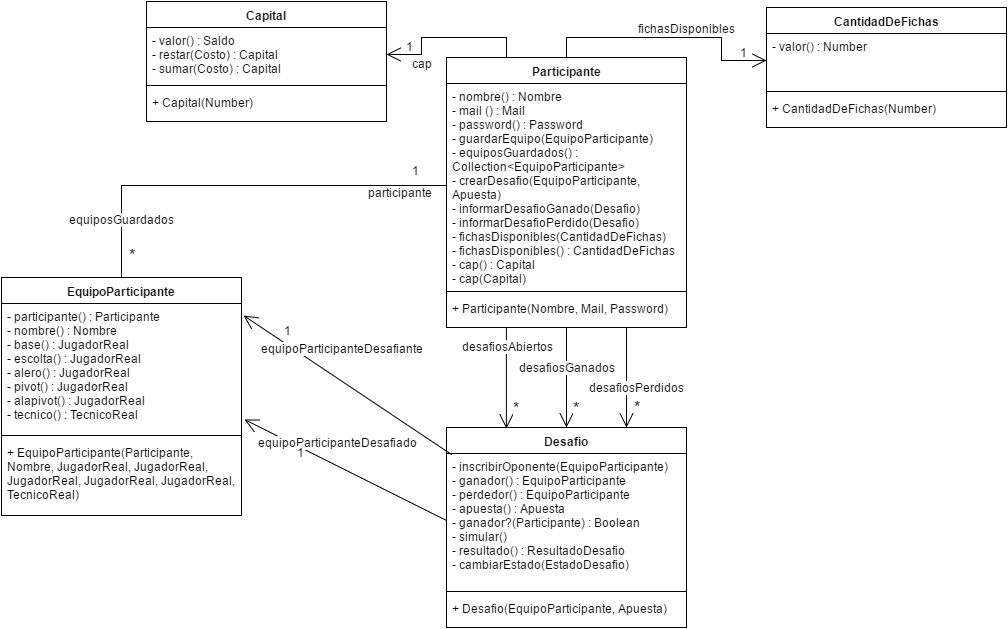
The draw.io diagram informe/imagenes/clases-participante.png in turtle-lea/ing2-tp, before a commit. Source tidied: cells renumbered, new cells last; positions are measured from the earlier drawing's top-left corner, leaving out a move shared by most shapes.
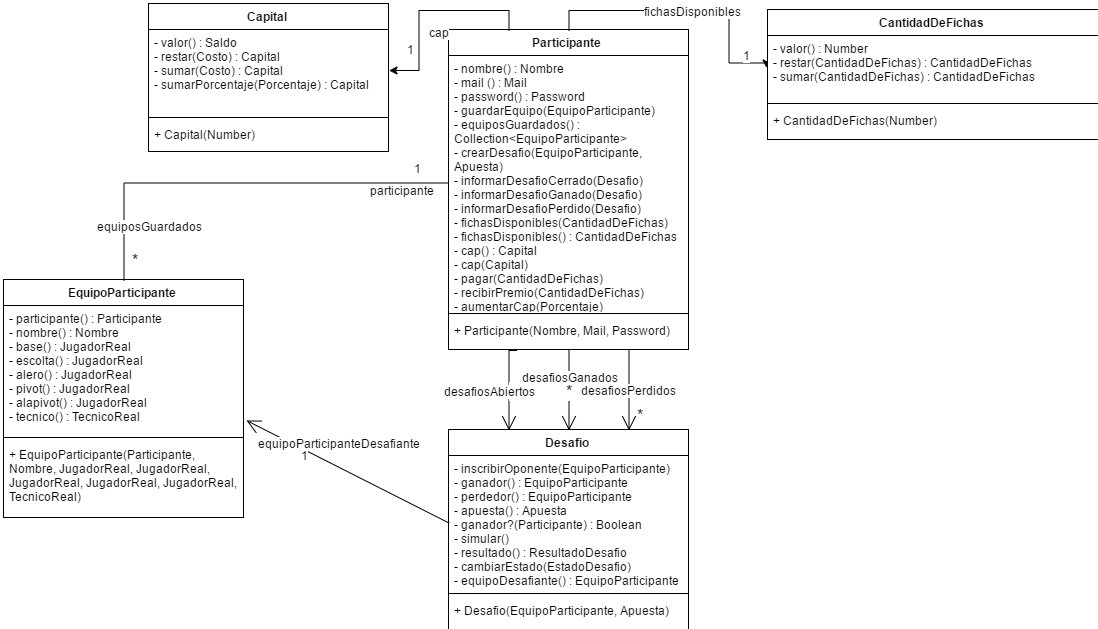
Later version of the same file.

Change to the diagram source:
```diff
@@ -5,36 +5,30 @@
     <mxCell id="2" value="Participante" style="swimlane;html=1;fontStyle=1;align=center;verticalAlign=top;horizontal=1;startSize=26;swimlaneFillColor=#ffffff;" parent="1" vertex="1">
-      <mxGeometry x="445" y="56" width="240" height="270" as="geometry" />
+      <mxGeometry x="445" y="26" width="240" height="320" as="geometry" />
     </mxCell>
-    <mxCell id="3" value="&lt;div&gt;- nombre() : Nombre&lt;/div&gt;&lt;div&gt;- mail () : Mail&lt;/div&gt;&lt;div&gt;- password() : Password&lt;/div&gt;&lt;div&gt;- guardarEquipo(EquipoParticipante)&lt;/div&gt;&lt;div&gt;- equiposGuardados() : Collection&amp;lt;EquipoParticipante&amp;gt;&lt;/div&gt;&lt;div&gt;- crearDesafio(EquipoParticipante, Apuesta)&lt;/div&gt;&lt;div&gt;- informarDesafioGanado(Desafio)&lt;/div&gt;&lt;div&gt;- informarDesafioPerdido(Desafio)&lt;/div&gt;&lt;div&gt;- fichasDisponibles(CantidadDeFichas)&lt;/div&gt;&lt;div&gt;- fichasDisponibles() : CantidadDeFichas&lt;/div&gt;&lt;div&gt;- cap() : Capital&lt;/div&gt;&lt;div&gt;- cap(Capital)&lt;/div&gt;" style="text;html=1;strokeColor=none;fillColor=none;align=left;verticalAlign=top;spacingLeft=4;spacingRight=4;whiteSpace=wrap;overflow=hidden;points=[[0,0.5],[1,0.5]];portConstraint=eastwest;" parent="2" vertex="1">
-      <mxGeometry y="26" width="240" height="204" as="geometry" />
-    </mxCell>
-    <mxCell id="4" style="line;html=1;strokeWidth=1;fillColor=none;align=left;verticalAlign=middle;spacingTop=-1;spacingLeft=3;spacingRight=3;labelPosition=right;" parent="2" vertex="1">
-      <mxGeometry y="230" width="240" height="8" as="geometry" />
-    </mxCell>
+    <mxCell id="45" value="&lt;div&gt;- nombre() : Nombre&lt;/div&gt;&lt;div&gt;- mail () : Mail&lt;/div&gt;&lt;div&gt;- password() : Password&lt;/div&gt;&lt;div&gt;- guardarEquipo(EquipoParticipante)&lt;/div&gt;&lt;div&gt;- equiposGuardados() : Collection&amp;lt;EquipoParticipante&amp;gt;&lt;/div&gt;&lt;div&gt;- crearDesafio(EquipoParticipante, Apuesta)&lt;/div&gt;&lt;div&gt;- informarDesafioCerrado(Desafio)&lt;/div&gt;&lt;div&gt;- informarDesafioGanado(Desafio)&lt;/div&gt;&lt;div&gt;- informarDesafioPerdido(Desafio)&lt;/div&gt;&lt;div&gt;- fichasDisponibles(CantidadDeFichas)&lt;/div&gt;&lt;div&gt;- fichasDisponibles() : CantidadDeFichas&lt;/div&gt;&lt;div&gt;- cap() : Capital&lt;/div&gt;&lt;div&gt;- cap(Capital)&lt;/div&gt;&lt;div&gt;- pagar(CantidadDeFichas)&lt;/div&gt;&lt;div&gt;- recibirPremio(CantidadDeFichas)&lt;/div&gt;&lt;div&gt;- aumentarCap(Porcentaje)&lt;/div&gt;" style="text;html=1;strokeColor=none;fillColor=none;align=left;verticalAlign=top;spacingLeft=4;spacingRight=4;whiteSpace=wrap;overflow=hidden;points=[[0,0.5],[1,0.5]];portConstraint=eastwest;" parent="2" vertex="1">
+      <mxGeometry y="26" width="240" height="254" as="geometry" />
+    </mxCell>
+    <mxCell id="46" style="line;html=1;strokeWidth=1;fillColor=none;align=left;verticalAlign=middle;spacingTop=-1;spacingLeft=3;spacingRight=3;labelPosition=right;" parent="2" vertex="1">
+      <mxGeometry y="280" width="240" height="8" as="geometry" />
+    </mxCell>
     <mxCell id="5" value="+ Participante(Nombre, Mail, Password)" style="text;html=1;strokeColor=none;fillColor=none;align=left;verticalAlign=top;spacingLeft=4;spacingRight=4;whiteSpace=wrap;overflow=hidden;points=[[0,0.5],[1,0.5]];portConstraint=eastwest;" parent="2" vertex="1">
-      <mxGeometry y="238" width="240" height="22" as="geometry" />
+      <mxGeometry y="288" width="240" height="32" as="geometry" />
     </mxCell>
-    <mxCell id="6" value="CantidadDeFichas" style="swimlane;html=1;fontStyle=1;align=center;verticalAlign=top;horizontal=1;startSize=26;swimlaneFillColor=#ffffff;" parent="1" vertex="1">
-      <mxGeometry x="765" y="6" width="240" height="120" as="geometry" />
-    </mxCell>
-    <mxCell id="7" value="&lt;div&gt;- valor() : Number&lt;/div&gt;" style="text;html=1;strokeColor=none;fillColor=none;align=left;verticalAlign=top;spacingLeft=4;spacingRight=4;whiteSpace=wrap;overflow=hidden;points=[[0,0.5],[1,0.5]];portConstraint=eastwest;" parent="6" vertex="1">
-      <mxGeometry y="26" width="240" height="54" as="geometry" />
-    </mxCell>
-    <mxCell id="8" style="line;html=1;strokeWidth=1;fillColor=none;align=left;verticalAlign=middle;spacingTop=-1;spacingLeft=3;spacingRight=3;labelPosition=right;" parent="6" vertex="1">
-      <mxGeometry y="80" width="240" height="8" as="geometry" />
-    </mxCell>
-    <mxCell id="9" value="+ CantidadDeFichas(Number)" style="text;html=1;strokeColor=none;fillColor=none;align=left;verticalAlign=top;spacingLeft=4;spacingRight=4;whiteSpace=wrap;overflow=hidden;" parent="6" vertex="1">
-      <mxGeometry y="88" width="240" height="32" as="geometry" />
-    </mxCell>
-    <mxCell id="10" style="edgeStyle=orthogonalEdgeStyle;rounded=0;html=1;exitX=0.5;exitY=0;entryX=0;entryY=0.5;jettySize=auto;endArrow=open;endFill=0;endSize=12;" parent="1" edge="1" source="2" target="7">
-      <mxGeometry relative="1" as="geometry" />
-    </mxCell>
-    <mxCell id="11" value="1" style="text;html=1;align=center;verticalAlign=middle;labelBackgroundColor=#ffffff;" parent="10" vertex="1">
-      <mxGeometry x="0.79" y="-2" relative="1" as="geometry">
-        <mxPoint x="2" y="-11" as="offset" />
-      </mxGeometry>
-    </mxCell>
+    <mxCell id="47" style="edgeStyle=orthogonalEdgeStyle;rounded=0;html=1;exitX=0.5;exitY=0;entryX=0;entryY=0.5;jettySize=auto;" parent="1" edge="1" source="2" target="61">
+      <mxGeometry x="-479.5" y="-1149" as="geometry">
+        <Array as="points">
+          <mxPoint x="565" y="6" />
+          <mxPoint x="725" y="6" />
+          <mxPoint x="725" y="59" />
+        </Array>
+      </mxGeometry>
+    </mxCell>
+    <mxCell id="48" value="1" style="text;html=1;align=center;verticalAlign=middle;labelBackgroundColor=#ffffff;" parent="47" vertex="1">
+      <mxGeometry x="0.79" y="-2" relative="1" as="geometry">
+        <mxPoint x="2" y="-11" as="offset" />
+      </mxGeometry>
+    </mxCell>
-    <mxCell id="12" value="fichasDisponibles" style="text;html=1;align=center;verticalAlign=middle;labelBackgroundColor=#ffffff;" parent="10" vertex="1">
+    <mxCell id="12" value="fichasDisponibles" style="text;html=1;align=center;verticalAlign=middle;labelBackgroundColor=#ffffff;" parent="47" vertex="1">
       <mxGeometry x="0.82" y="-6" relative="1" as="geometry">
-        <mxPoint x="-58" y="-39" as="offset" />
+        <mxPoint x="-55" y="-59" as="offset" />
       </mxGeometry>
@@ -42,24 +36,24 @@
     <mxCell id="13" value="Capital" style="swimlane;html=1;fontStyle=1;align=center;verticalAlign=top;horizontal=1;startSize=26;swimlaneFillColor=#ffffff;" parent="1" vertex="1">
-      <mxGeometry x="145" width="240" height="120" as="geometry" />
+      <mxGeometry x="145" width="240" height="148" as="geometry" />
     </mxCell>
-    <mxCell id="14" value="&lt;div&gt;- valor() : Saldo&lt;/div&gt;&lt;div&gt;- restar(Costo) : Capital&lt;/div&gt;&lt;div&gt;- sumar(Costo) : Capital&lt;/div&gt;" style="text;html=1;strokeColor=none;fillColor=none;align=left;verticalAlign=top;spacingLeft=4;spacingRight=4;whiteSpace=wrap;overflow=hidden;points=[[0,0.5],[1,0.5]];portConstraint=eastwest;" parent="13" vertex="1">
-      <mxGeometry y="26" width="240" height="54" as="geometry" />
-    </mxCell>
-    <mxCell id="15" style="line;html=1;strokeWidth=1;fillColor=none;align=left;verticalAlign=middle;spacingTop=-1;spacingLeft=3;spacingRight=3;labelPosition=right;" parent="13" vertex="1">
-      <mxGeometry y="80" width="240" height="8" as="geometry" />
-    </mxCell>
+    <mxCell id="49" value="&lt;div&gt;- valor() : Saldo&lt;/div&gt;&lt;div&gt;- restar(Costo) : Capital&lt;/div&gt;&lt;div&gt;- sumar(Costo) : Capital&lt;/div&gt;&lt;div&gt;&lt;span&gt;- sumarPorcentaje(Porcentaje) : Capital&lt;/span&gt;&lt;br&gt;&lt;/div&gt;" style="text;html=1;strokeColor=none;fillColor=none;align=left;verticalAlign=top;spacingLeft=4;spacingRight=4;whiteSpace=wrap;overflow=hidden;points=[[0,0.5],[1,0.5]];portConstraint=eastwest;" parent="13" vertex="1">
+      <mxGeometry y="26" width="240" height="84" as="geometry" />
+    </mxCell>
+    <mxCell id="50" style="line;html=1;strokeWidth=1;fillColor=none;align=left;verticalAlign=middle;spacingTop=-1;spacingLeft=3;spacingRight=3;labelPosition=right;" parent="13" vertex="1">
+      <mxGeometry y="110" width="240" height="8" as="geometry" />
+    </mxCell>
     <mxCell id="16" value="+ Capital(Number)" style="text;html=1;strokeColor=none;fillColor=none;align=left;verticalAlign=top;spacingLeft=4;spacingRight=4;whiteSpace=wrap;overflow=hidden;" parent="13" vertex="1">
-      <mxGeometry y="88" width="240" height="32" as="geometry" />
+      <mxGeometry y="118" width="240" height="30" as="geometry" />
     </mxCell>
-    <mxCell id="17" style="edgeStyle=orthogonalEdgeStyle;rounded=0;html=1;exitX=0.25;exitY=0;entryX=1;entryY=0.5;jettySize=auto;endArrow=open;endFill=0;endSize=12;" parent="1" edge="1" source="2" target="14">
-      <mxGeometry relative="1" as="geometry" />
-    </mxCell>
-    <mxCell id="18" value="1" style="text;html=1;align=center;verticalAlign=middle;labelBackgroundColor=#ffffff;" parent="17" vertex="1">
-      <mxGeometry x="0.59" y="1" relative="1" as="geometry">
-        <mxPoint x="-10" y="-10" as="offset" />
-      </mxGeometry>
-    </mxCell>
+    <mxCell id="51" style="edgeStyle=orthogonalEdgeStyle;rounded=0;html=1;exitX=0.25;exitY=0;entryX=1;entryY=0.5;jettySize=auto;" parent="1" edge="1" source="2" target="49">
+      <mxGeometry x="-659.5" y="-1149" as="geometry" />
+    </mxCell>
+    <mxCell id="52" value="1" style="text;html=1;align=center;verticalAlign=middle;labelBackgroundColor=#ffffff;" parent="51" vertex="1">
+      <mxGeometry x="0.59" y="1" relative="1" as="geometry">
+        <mxPoint x="-10" y="-10" as="offset" />
+      </mxGeometry>
+    </mxCell>
-    <mxCell id="19" value="cap" style="text;html=1;align=center;verticalAlign=middle;labelBackgroundColor=#ffffff;" parent="17" vertex="1">
+    <mxCell id="19" value="cap" style="text;html=1;align=center;verticalAlign=middle;labelBackgroundColor=#ffffff;" parent="51" vertex="1">
       <mxGeometry x="0.48" y="5" relative="1" as="geometry">
-        <mxPoint x="-5" y="14" as="offset" />
+        <mxPoint x="14" y="-17" as="offset" />
       </mxGeometry>
@@ -69,5 +63,5 @@
     </mxCell>
-    <mxCell id="21" value="&lt;div&gt;- inscribirOponente(EquipoParticipante)&lt;/div&gt;&lt;div&gt;- ganador() : EquipoParticipante&lt;/div&gt;&lt;div&gt;- perdedor() : EquipoParticipante&lt;/div&gt;&lt;div&gt;- apuesta() : Apuesta&lt;/div&gt;&lt;div&gt;- ganador?(Participante) : Boolean&lt;/div&gt;&lt;div&gt;- simular()&lt;/div&gt;&lt;div&gt;- resultado() : ResultadoDesafio&lt;/div&gt;&lt;div&gt;- cambiarEstado(EstadoDesafio)&lt;/div&gt;" style="text;html=1;strokeColor=none;fillColor=none;align=left;verticalAlign=top;spacingLeft=4;spacingRight=4;whiteSpace=wrap;overflow=hidden;points=[[0,0.5],[1,0.5]];portConstraint=eastwest;" parent="20" vertex="1">
-      <mxGeometry y="26" width="240" height="134" as="geometry" />
-    </mxCell>
+    <mxCell id="53" value="&lt;div&gt;- inscribirOponente(EquipoParticipante)&lt;/div&gt;&lt;div&gt;- ganador() : EquipoParticipante&lt;/div&gt;&lt;div&gt;- perdedor() : EquipoParticipante&lt;/div&gt;&lt;div&gt;- apuesta() : Apuesta&lt;/div&gt;&lt;div&gt;- ganador?(Participante) : Boolean&lt;/div&gt;&lt;div&gt;- simular()&lt;/div&gt;&lt;div&gt;- resultado() : ResultadoDesafio&lt;/div&gt;&lt;div&gt;- cambiarEstado(EstadoDesafio)&lt;/div&gt;&lt;div&gt;- equipoDesafiante() : EquipoParticipante&lt;/div&gt;" style="text;html=1;strokeColor=none;fillColor=none;align=left;verticalAlign=top;spacingLeft=4;spacingRight=4;whiteSpace=wrap;overflow=hidden;points=[[0,0.5],[1,0.5]];portConstraint=eastwest;" parent="20" vertex="1">
+      <mxGeometry y="26" width="240" height="134" as="geometry" />
+    </mxCell>
     <mxCell id="22" style="line;html=1;strokeWidth=1;fillColor=none;align=left;verticalAlign=middle;spacingTop=-1;spacingLeft=3;spacingRight=3;labelPosition=right;" parent="20" vertex="1">
@@ -79,11 +73,11 @@
     <mxCell id="24" value="desafiosPerdidos" style="edgeStyle=orthogonalEdgeStyle;rounded=0;html=1;exitX=0.75;exitY=1;entryX=0.75;entryY=0;endArrow=open;endFill=0;endSize=12;jettySize=auto;fontSize=12;" parent="1" edge="1" source="2" target="20">
-      <mxGeometry x="0.2" y="10" relative="1" as="geometry" />
+      <mxGeometry x="-419.5" y="-809" as="geometry" />
     </mxCell>
-    <mxCell id="25" value="*" style="text;html=1;align=center;verticalAlign=middle;labelBackgroundColor=#ffffff;fontSize=16;" parent="24" vertex="1">
-      <mxGeometry x="0.53" y="5" relative="1" as="geometry">
-        <mxPoint x="5" y="3" as="offset" />
-      </mxGeometry>
-    </mxCell>
+    <mxCell id="54" value="*" style="text;html=1;align=center;verticalAlign=middle;labelBackgroundColor=#ffffff;fontSize=16;" parent="24" vertex="1">
+      <mxGeometry x="0.53" y="5" relative="1" as="geometry">
+        <mxPoint x="5" y="3" as="offset" />
+      </mxGeometry>
+    </mxCell>
     <mxCell id="26" value="*" style="edgeStyle=orthogonalEdgeStyle;rounded=0;html=1;exitX=0.5;exitY=1;entryX=0.5;entryY=0;endArrow=open;endFill=0;endSize=12;jettySize=auto;fontSize=16;" parent="1" edge="1" source="2" target="20">
-      <mxGeometry x="0.6" y="10" relative="1" as="geometry" />
+      <mxGeometry x="-479.5" y="-809" as="geometry" />
     </mxCell>
@@ -91,13 +85,17 @@
       <mxGeometry x="0.13" y="4" relative="1" as="geometry">
-        <mxPoint x="-4" y="-17" as="offset" />
+        <mxPoint x="-4" y="-19" as="offset" />
       </mxGeometry>
     </mxCell>
-    <mxCell id="28" value="*" style="edgeStyle=orthogonalEdgeStyle;rounded=0;html=1;exitX=0.25;exitY=1;entryX=0.25;entryY=0;endArrow=open;endFill=0;endSize=12;jettySize=auto;orthogonalLoop=1;fontSize=16;" parent="1" edge="1">
-      <mxGeometry x="0.58" y="10" relative="1" as="geometry">
-        <mxPoint x="504.9" y="327.1" as="sourcePoint" />
-        <mxPoint x="504.9" y="427.1" as="targetPoint" />
-      </mxGeometry>
-    </mxCell>
+    <mxCell id="55" value="*" style="edgeStyle=orthogonalEdgeStyle;rounded=0;html=1;exitX=0.279;exitY=1.063;entryX=0.25;entryY=0;endArrow=open;endFill=0;endSize=12;jettySize=auto;fontSize=16;exitPerimeter=0;" parent="1" edge="1" source="5">
+      <mxGeometry x="-539.5" y="-809" as="geometry">
+        <mxPoint x="505.5" y="427" as="targetPoint" />
+        <Array as="points">
+          <mxPoint x="505" y="347" />
+        </Array>
+      </mxGeometry>
+    </mxCell>
-    <mxCell id="29" value="desafiosAbiertos" style="text;html=1;align=center;verticalAlign=middle;labelBackgroundColor=#ffffff;fontSize=12;" parent="28" vertex="1">
-      <mxGeometry x="-0.67" y="1" relative="1" as="geometry" />
+    <mxCell id="29" value="desafiosAbiertos" style="text;html=1;align=center;verticalAlign=middle;labelBackgroundColor=#ffffff;fontSize=12;direction=south;" parent="55" vertex="1">
+      <mxGeometry x="-0.67" y="1" relative="1" as="geometry">
+        <mxPoint x="-21" y="32" as="offset" />
+      </mxGeometry>
     </mxCell>
@@ -115,21 +113,21 @@
     </mxCell>
-    <mxCell id="34" style="edgeStyle=orthogonalEdgeStyle;rounded=0;html=1;exitX=0;exitY=0.5;entryX=0.5;entryY=0;endArrow=none;endFill=0;endSize=12;jettySize=auto;fontSize=12;" parent="1" edge="1" source="3" target="30">
-      <mxGeometry relative="1" as="geometry" />
-    </mxCell>
-    <mxCell id="35" value="*" style="text;html=1;align=center;verticalAlign=middle;labelBackgroundColor=#ffffff;fontSize=16;" parent="34" vertex="1">
-      <mxGeometry x="0.92" y="2" relative="1" as="geometry">
-        <mxPoint x="8" y="-7" as="offset" />
-      </mxGeometry>
-    </mxCell>
+    <mxCell id="56" style="edgeStyle=orthogonalEdgeStyle;rounded=0;html=1;exitX=0;exitY=0.5;entryX=0.5;entryY=0;endArrow=none;endFill=0;endSize=12;jettySize=auto;fontSize=12;" parent="1" edge="1" source="45" target="30">
+      <mxGeometry x="-924.5" y="-976.5" as="geometry" />
+    </mxCell>
+    <mxCell id="57" value="*" style="text;html=1;align=center;verticalAlign=middle;labelBackgroundColor=#ffffff;fontSize=16;" parent="56" vertex="1">
+      <mxGeometry x="0.92" y="2" relative="1" as="geometry">
+        <mxPoint x="8" y="-7" as="offset" />
+      </mxGeometry>
+    </mxCell>
-    <mxCell id="36" value="equiposGuardados" style="text;html=1;align=center;verticalAlign=middle;labelBackgroundColor=#ffffff;fontSize=12;" parent="34" vertex="1">
+    <mxCell id="36" value="equiposGuardados" style="text;html=1;align=center;verticalAlign=middle;labelBackgroundColor=#ffffff;fontSize=12;" parent="56" vertex="1">
       <mxGeometry x="0.77" y="-1" relative="1" as="geometry">
-        <mxPoint x="1" y="-11" as="offset" />
+        <mxPoint x="26" y="-5" as="offset" />
       </mxGeometry>
     </mxCell>
-    <mxCell id="37" value="1" style="text;html=1;align=center;verticalAlign=middle;labelBackgroundColor=#ffffff;fontSize=12;" parent="34" vertex="1">
-      <mxGeometry x="-0.85" y="3" relative="1" as="geometry">
-        <mxPoint y="-19" as="offset" />
-      </mxGeometry>
-    </mxCell>
+    <mxCell id="58" value="1" style="text;html=1;align=center;verticalAlign=middle;labelBackgroundColor=#ffffff;fontSize=12;" parent="56" vertex="1">
+      <mxGeometry x="-0.85" y="3" relative="1" as="geometry">
+        <mxPoint y="-19" as="offset" />
+      </mxGeometry>
+    </mxCell>
-    <mxCell id="38" value="participante" style="text;html=1;align=center;verticalAlign=middle;labelBackgroundColor=#ffffff;fontSize=12;" parent="34" vertex="1">
+    <mxCell id="38" value="participante" style="text;html=1;align=center;verticalAlign=middle;labelBackgroundColor=#ffffff;fontSize=12;" parent="56" vertex="1">
       <mxGeometry x="-0.78" y="-1" relative="1" as="geometry">
@@ -138,28 +136,27 @@
     </mxCell>
-    <mxCell id="39" style="rounded=0;html=1;exitX=0.021;exitY=0.007;entryX=1.008;entryY=0.096;entryPerimeter=0;endArrow=open;endFill=0;endSize=12;jettySize=auto;fontSize=12;exitPerimeter=0;" parent="1" edge="1" source="21" target="31">
-      <mxGeometry relative="1" as="geometry" />
-    </mxCell>
-    <mxCell id="40" value="1" style="text;html=1;align=center;verticalAlign=middle;labelBackgroundColor=#ffffff;fontSize=12;" parent="39" vertex="1">
-      <mxGeometry x="0.5" y="2" relative="1" as="geometry">
-        <mxPoint x="-7" y="-22" as="offset" />
-      </mxGeometry>
-    </mxCell>
+    <mxCell id="59" style="edgeStyle=none;rounded=0;html=1;exitX=0;exitY=0.5;entryX=1.013;entryY=0.904;entryPerimeter=0;endArrow=open;endFill=0;endSize=12;jettySize=auto;fontSize=12;" parent="1" edge="1" source="53" target="31">
+      <mxGeometry x="-802" y="-739" as="geometry" />
+    </mxCell>
-    <mxCell id="41" value="equipoParticipanteDesafiante" style="text;html=1;align=center;verticalAlign=middle;labelBackgroundColor=#ffffff;fontSize=12;" parent="39" vertex="1">
-      <mxGeometry x="0.49" y="-1" relative="1" as="geometry">
-        <mxPoint x="45" y="-2" as="offset" />
+    <mxCell id="41" value="equipoParticipanteDesafiante" style="text;html=1;align=center;verticalAlign=middle;labelBackgroundColor=#ffffff;fontSize=12;" parent="59" vertex="1">
+      <mxGeometry x="0.58" y="2" relative="1" as="geometry">
+        <mxPoint x="51" y="-1" as="offset" />
       </mxGeometry>
     </mxCell>
-    <mxCell id="42" style="edgeStyle=none;rounded=0;html=1;exitX=0;exitY=0.5;entryX=1.013;entryY=0.904;entryPerimeter=0;endArrow=open;endFill=0;endSize=12;jettySize=auto;fontSize=12;" parent="1" edge="1" source="21" target="31">
-      <mxGeometry relative="1" as="geometry" />
-    </mxCell>
-    <mxCell id="43" value="equipoParticipanteDesafiado" style="text;html=1;align=center;verticalAlign=middle;labelBackgroundColor=#ffffff;fontSize=12;" parent="42" vertex="1">
-      <mxGeometry x="0.58" y="2" relative="1" as="geometry">
-        <mxPoint x="51" y="-1" as="offset" />
-      </mxGeometry>
-    </mxCell>
-    <mxCell id="44" value="1" style="text;html=1;align=center;verticalAlign=middle;labelBackgroundColor=#ffffff;fontSize=12;" parent="42" vertex="1">
-      <mxGeometry x="0.22" y="-2" relative="1" as="geometry">
-        <mxPoint x="-23" y="-5" as="offset" />
-      </mxGeometry>
-    </mxCell>
+    <mxCell id="60" value="1" style="text;html=1;align=center;verticalAlign=middle;labelBackgroundColor=#ffffff;fontSize=12;" parent="59" vertex="1">
+      <mxGeometry x="0.22" y="-2" relative="1" as="geometry">
+        <mxPoint x="-23" y="-5" as="offset" />
+      </mxGeometry>
+    </mxCell>
+    <mxCell id="6" value="CantidadDeFichas" style="swimlane;html=1;fontStyle=1;align=center;verticalAlign=top;horizontal=1;startSize=26;swimlaneFillColor=#ffffff;" parent="1" vertex="1">
+      <mxGeometry x="764" y="6" width="331" height="130" as="geometry" />
+    </mxCell>
+    <mxCell id="61" value="&lt;div&gt;- valor() : Number&lt;/div&gt;&lt;div&gt;- restar(CantidadDeFichas) : CantidadDeFichas&lt;/div&gt;&lt;div&gt;- sumar(CantidadDeFichas) : CantidadDeFichas&lt;/div&gt;&lt;div&gt;&lt;br&gt;&lt;/div&gt;" style="text;html=1;strokeColor=none;fillColor=none;align=left;verticalAlign=top;spacingLeft=4;spacingRight=4;whiteSpace=wrap;overflow=hidden;points=[[0,0.5],[1,0.5]];portConstraint=eastwest;" parent="6" vertex="1">
+      <mxGeometry y="26" width="331" height="64" as="geometry" />
+    </mxCell>
+    <mxCell id="62" style="line;html=1;strokeWidth=1;fillColor=none;align=left;verticalAlign=middle;spacingTop=-1;spacingLeft=3;spacingRight=3;labelPosition=right;" parent="6" vertex="1">
+      <mxGeometry y="90" width="331" height="8" as="geometry" />
+    </mxCell>
+    <mxCell id="9" value="+ CantidadDeFichas(Number)" style="text;html=1;strokeColor=none;fillColor=none;align=left;verticalAlign=top;spacingLeft=4;spacingRight=4;whiteSpace=wrap;overflow=hidden;" parent="6" vertex="1">
+      <mxGeometry y="98" width="331" height="32" as="geometry" />
+    </mxCell>
   </root>
```
